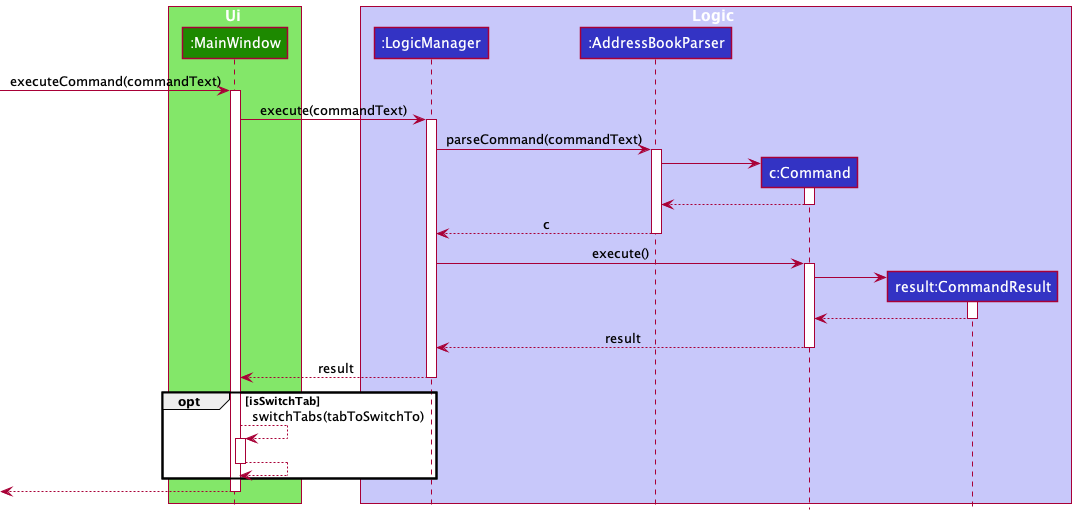
Above: docs/images/TabSequenceDiagram.png in zognin/tp (PlantUML), before the change.
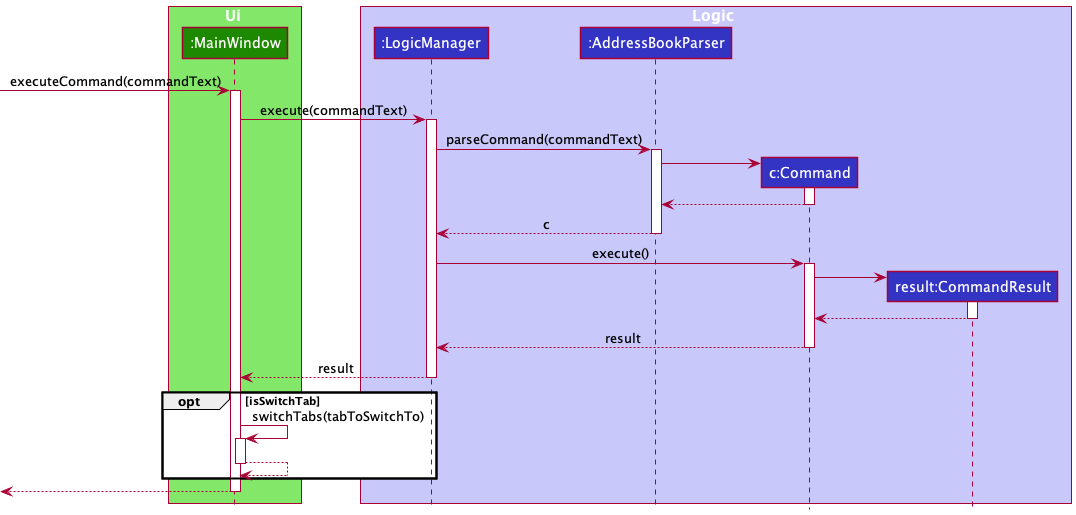
The same diagram one commit later.

Commit message:
Fix sequence diagram arrow and wording choices

Change to the diagram source:
```diff
@@ -46,7 +46,7 @@
 deactivate LogicManager
 
 opt isSwitchTab
-MainWindow --> MainWindow : switchTabs(tabToSwitchTo)
+MainWindow -> MainWindow : switchTabs(tabToSwitchTo)
 activate MainWindow
 
 MainWindow --> MainWindow
```
